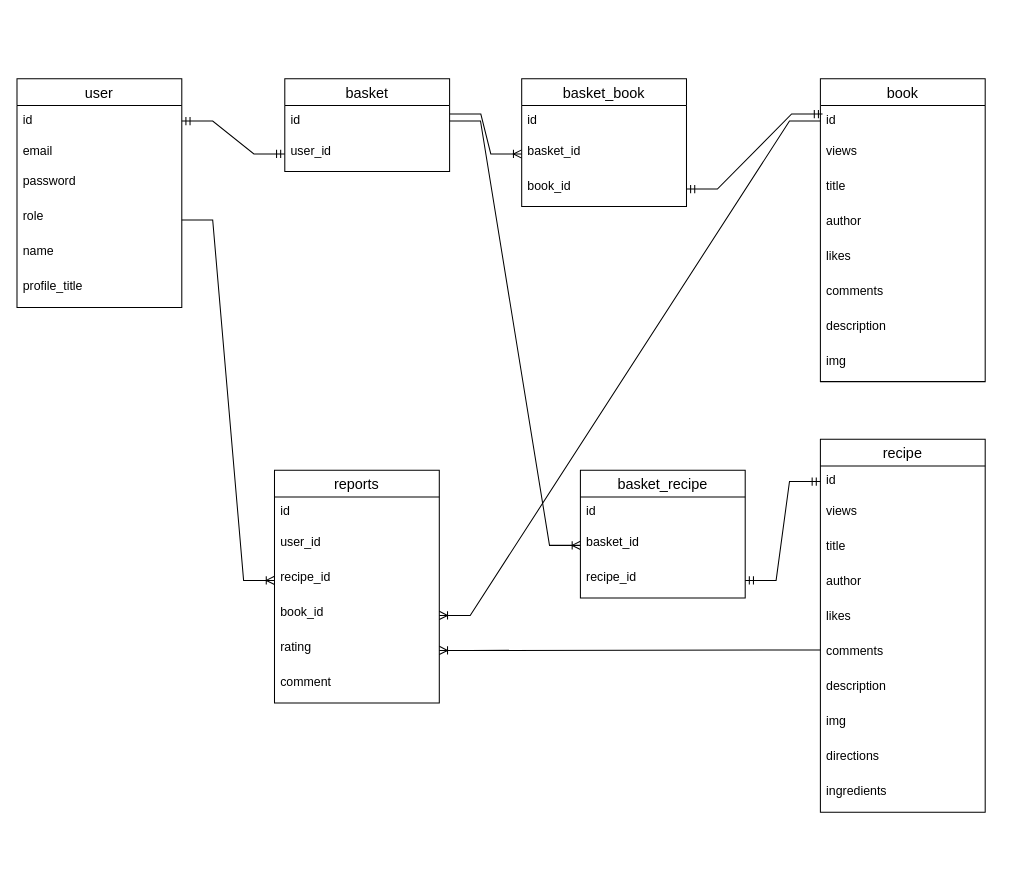
Above: server/Untitled Diagram.drawio in TimaLebed/cooking (draw.io), before the change. Source tidied: cells renumbered, new cells numbered last; positions are measured from the earlier drawing's top-left corner, leaving out a move shared by most shapes. Both pictures are drawn from the tidied source at 103%, with x=0, y=0 at pixel (16, 78).
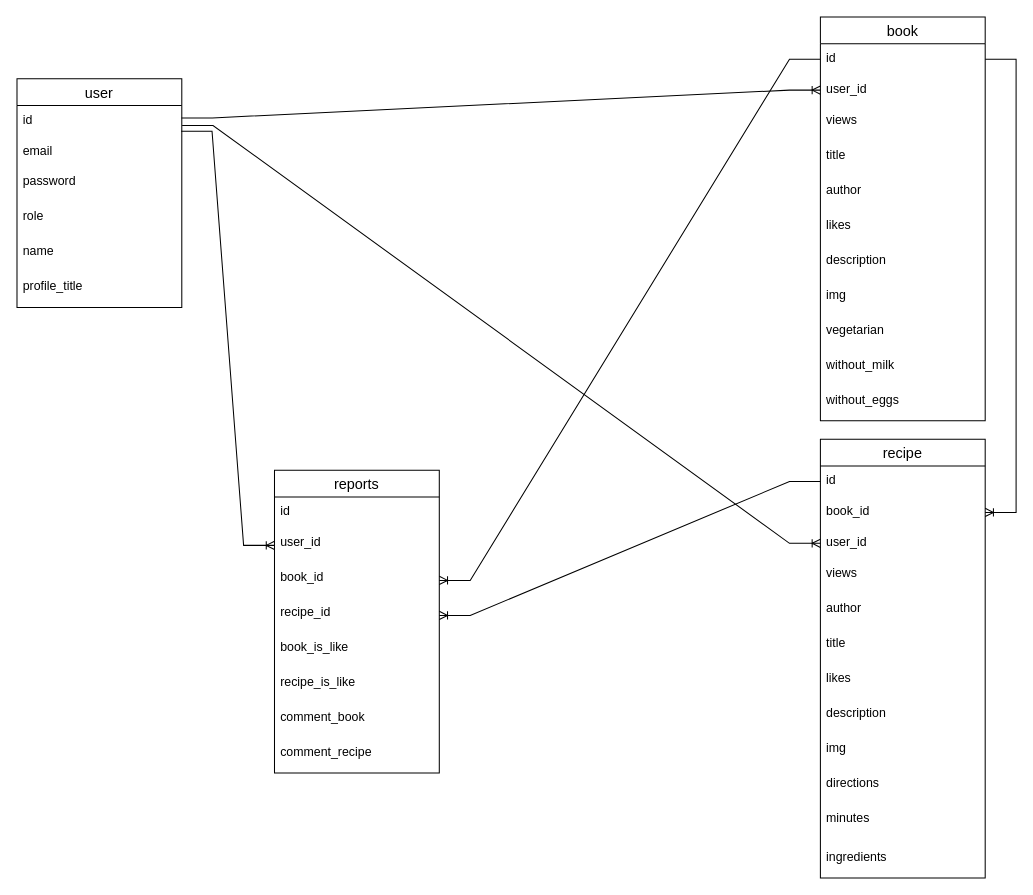
The same diagram, later.

Unchanged cells that the change refers to:
```xml
<mxCell id="3" value="id" style="text;strokeColor=none;fillColor=none;spacingLeft=4;spacingRight=4;overflow=hidden;points=[[0,0.5],[1,0.5]];portConstraint=eastwest;fontSize=12;" parent="2" vertex="1">
  <mxGeometry y="26" width="160" height="30" as="geometry" />
</mxCell>
<mxCell id="6" value="role" style="text;strokeColor=none;fillColor=none;spacingLeft=4;spacingRight=4;overflow=hidden;points=[[0,0.5],[1,0.5]];portConstraint=eastwest;fontSize=12;" parent="2" vertex="1">
  <mxGeometry y="120" width="160" height="34" as="geometry" />
</mxCell>
<mxCell id="14" value="id" style="text;strokeColor=none;fillColor=none;spacingLeft=4;spacingRight=4;overflow=hidden;points=[[0,0.5],[1,0.5]];portConstraint=eastwest;fontSize=12;" parent="13" vertex="1">
  <mxGeometry y="26" width="160" height="30" as="geometry" />
</mxCell>
<mxCell id="23" value="id" style="text;strokeColor=none;fillColor=none;spacingLeft=4;spacingRight=4;overflow=hidden;points=[[0,0.5],[1,0.5]];portConstraint=eastwest;fontSize=12;" parent="22" vertex="1">
  <mxGeometry y="26" width="160" height="30" as="geometry" />
</mxCell>
<mxCell id="47" value="user_id" style="text;strokeColor=none;fillColor=none;spacingLeft=4;spacingRight=4;overflow=hidden;points=[[0,0.5],[1,0.5]];portConstraint=eastwest;fontSize=12;" parent="45" vertex="1">
  <mxGeometry y="56" width="160" height="34" as="geometry" />
</mxCell>
```

Diff of the diagram source:
```diff
@@
-    <mxCell id="9" value="basket" style="swimlane;fontStyle=0;horizontal=1;startSize=26;align=center;fontSize=14;" parent="1" vertex="1">
-      <mxGeometry x="260" width="160" height="90" as="geometry" />
-    </mxCell>
-    <mxCell id="10" value="id" style="text;strokeColor=none;fillColor=none;spacingLeft=4;spacingRight=4;overflow=hidden;points=[[0,0.5],[1,0.5]];portConstraint=eastwest;fontSize=12;" parent="9" vertex="1">
-      <mxGeometry y="26" width="160" height="30" as="geometry" />
-    </mxCell>
-    <mxCell id="11" value="user_id" style="text;strokeColor=none;fillColor=none;spacingLeft=4;spacingRight=4;overflow=hidden;points=[[0,0.5],[1,0.5]];portConstraint=eastwest;fontSize=12;" parent="9" vertex="1">
-      <mxGeometry y="56" width="160" height="34" as="geometry" />
-    </mxCell>
-    <mxCell id="12" style="edgeStyle=entityRelationEdgeStyle;fontSize=12;html=1;endArrow=ERmandOne;startArrow=ERmandOne;rounded=0;exitX=1;exitY=0.5;exitDx=0;exitDy=0;entryX=0;entryY=0.5;entryDx=0;entryDy=0;" parent="1" edge="1" source="3" target="11">
-      <mxGeometry relative="1" as="geometry" />
-    </mxCell>
     <mxCell id="13" value="book" style="swimlane;fontStyle=0;horizontal=1;startSize=26;align=center;fontSize=14;" parent="1" vertex="1">
-      <mxGeometry x="780" width="160" height="294" as="geometry" />
+      <mxGeometry x="780" y="-60" width="160" height="392" as="geometry" />
     </mxCell>
@@
+    <mxCell id="55" value="user_id" style="text;strokeColor=none;fillColor=none;spacingLeft=4;spacingRight=4;overflow=hidden;points=[[0,0.5],[1,0.5]];portConstraint=eastwest;fontSize=12;" parent="13" vertex="1">
+      <mxGeometry y="56" width="160" height="30" as="geometry" />
+    </mxCell>
     <mxCell id="15" value="views" style="text;strokeColor=none;fillColor=none;spacingLeft=4;spacingRight=4;overflow=hidden;fontSize=12;" parent="13" vertex="1">
-      <mxGeometry y="56" width="160" height="34" as="geometry" />
+      <mxGeometry y="86" width="160" height="34" as="geometry" />
     </mxCell>
     <mxCell id="16" value="title" style="text;strokeColor=none;fillColor=none;spacingLeft=4;spacingRight=4;overflow=hidden;fontSize=12;" parent="13" vertex="1">
-      <mxGeometry y="90" width="160" height="34" as="geometry" />
+      <mxGeometry y="120" width="160" height="34" as="geometry" />
     </mxCell>
     <mxCell id="17" value="author" style="text;strokeColor=none;fillColor=none;spacingLeft=4;spacingRight=4;overflow=hidden;fontSize=12;" parent="13" vertex="1">
-      <mxGeometry y="124" width="160" height="34" as="geometry" />
+      <mxGeometry y="154" width="160" height="34" as="geometry" />
     </mxCell>
     <mxCell id="18" value="likes" style="text;strokeColor=none;fillColor=none;spacingLeft=4;spacingRight=4;overflow=hidden;fontSize=12;" parent="13" vertex="1">
-      <mxGeometry y="158" width="160" height="34" as="geometry" />
+      <mxGeometry y="188" width="160" height="34" as="geometry" />
     </mxCell>
-    <mxCell id="19" value="comments" style="text;strokeColor=none;fillColor=none;spacingLeft=4;spacingRight=4;overflow=hidden;fontSize=12;" parent="13" vertex="1">
-      <mxGeometry y="192" width="160" height="34" as="geometry" />
-    </mxCell>
     <mxCell id="20" value="description" style="text;strokeColor=none;fillColor=none;spacingLeft=4;spacingRight=4;overflow=hidden;fontSize=12;" parent="13" vertex="1">
-      <mxGeometry y="226" width="160" height="34" as="geometry" />
+      <mxGeometry y="222" width="160" height="34" as="geometry" />
     </mxCell>
     <mxCell id="21" value="img" style="text;strokeColor=none;fillColor=none;spacingLeft=4;spacingRight=4;overflow=hidden;fontSize=12;" parent="13" vertex="1">
-      <mxGeometry y="260" width="160" height="34" as="geometry" />
+      <mxGeometry y="256" width="160" height="34" as="geometry" />
     </mxCell>
+    <mxCell id="56" value="vegetarian" style="text;strokeColor=none;fillColor=none;spacingLeft=4;spacingRight=4;overflow=hidden;fontSize=12;" parent="13" vertex="1">
+      <mxGeometry y="290" width="160" height="34" as="geometry" />
+    </mxCell>
+    <mxCell id="57" value="without_milk" style="text;strokeColor=none;fillColor=none;spacingLeft=4;spacingRight=4;overflow=hidden;fontSize=12;" parent="13" vertex="1">
+      <mxGeometry y="324" width="160" height="34" as="geometry" />
+    </mxCell>
+    <mxCell id="58" value="without_eggs" style="text;strokeColor=none;fillColor=none;spacingLeft=4;spacingRight=4;overflow=hidden;fontSize=12;" parent="13" vertex="1">
+      <mxGeometry y="358" width="160" height="34" as="geometry" />
+    </mxCell>
     <mxCell id="22" value="recipe" style="swimlane;fontStyle=0;horizontal=1;startSize=26;align=center;fontSize=14;" parent="1" vertex="1">
-      <mxGeometry x="780" y="350" width="160" height="362" as="geometry" />
+      <mxGeometry x="780" y="350" width="160" height="426" as="geometry" />
     </mxCell>
@@
+    <mxCell id="36" value="book_id" style="text;strokeColor=none;fillColor=none;spacingLeft=4;spacingRight=4;overflow=hidden;points=[[0,0.5],[1,0.5]];portConstraint=eastwest;fontSize=12;" parent="22" vertex="1">
+      <mxGeometry y="56" width="160" height="30" as="geometry" />
+    </mxCell>
+    <mxCell id="59" value="user_id" style="text;strokeColor=none;fillColor=none;spacingLeft=4;spacingRight=4;overflow=hidden;points=[[0,0.5],[1,0.5]];portConstraint=eastwest;fontSize=12;" parent="22" vertex="1">
+      <mxGeometry y="86" width="160" height="30" as="geometry" />
+    </mxCell>
     <mxCell id="24" value="views" style="text;strokeColor=none;fillColor=none;spacingLeft=4;spacingRight=4;overflow=hidden;fontSize=12;" parent="22" vertex="1">
-      <mxGeometry y="56" width="160" height="34" as="geometry" />
+      <mxGeometry y="116" width="160" height="34" as="geometry" />
     </mxCell>
+    <mxCell id="26" value="author" style="text;strokeColor=none;fillColor=none;spacingLeft=4;spacingRight=4;overflow=hidden;fontSize=12;" parent="22" vertex="1">
+      <mxGeometry y="150" width="160" height="34" as="geometry" />
+    </mxCell>
     <mxCell id="25" value="title" style="text;strokeColor=none;fillColor=none;spacingLeft=4;spacingRight=4;overflow=hidden;fontSize=12;" parent="22" vertex="1">
-      <mxGeometry y="90" width="160" height="34" as="geometry" />
+      <mxGeometry y="184" width="160" height="34" as="geometry" />
     </mxCell>
-    <mxCell id="26" value="author" style="text;strokeColor=none;fillColor=none;spacingLeft=4;spacingRight=4;overflow=hidden;fontSize=12;" parent="22" vertex="1">
-      <mxGeometry y="124" width="160" height="34" as="geometry" />
-    </mxCell>
     <mxCell id="27" value="likes" style="text;strokeColor=none;fillColor=none;spacingLeft=4;spacingRight=4;overflow=hidden;fontSize=12;" parent="22" vertex="1">
-      <mxGeometry y="158" width="160" height="34" as="geometry" />
+      <mxGeometry y="218" width="160" height="34" as="geometry" />
     </mxCell>
-    <mxCell id="28" value="comments" style="text;strokeColor=none;fillColor=none;spacingLeft=4;spacingRight=4;overflow=hidden;points=[[0,0.5],[1,0.5]];portConstraint=eastwest;fontSize=12;" parent="22" vertex="1">
-      <mxGeometry y="192" width="160" height="34" as="geometry" />
-    </mxCell>
     <mxCell id="29" value="description" style="text;strokeColor=none;fillColor=none;spacingLeft=4;spacingRight=4;overflow=hidden;fontSize=12;" parent="22" vertex="1">
-      <mxGeometry y="226" width="160" height="34" as="geometry" />
+      <mxGeometry y="252" width="160" height="34" as="geometry" />
     </mxCell>
     <mxCell id="30" value="img" style="text;strokeColor=none;fillColor=none;spacingLeft=4;spacingRight=4;overflow=hidden;fontSize=12;" parent="22" vertex="1">
-      <mxGeometry y="260" width="160" height="34" as="geometry" />
+      <mxGeometry y="286" width="160" height="34" as="geometry" />
     </mxCell>
     <mxCell id="31" value="directions" style="text;strokeColor=none;fillColor=none;spacingLeft=4;spacingRight=4;overflow=hidden;fontSize=12;" parent="22" vertex="1">
-      <mxGeometry y="294" width="160" height="34" as="geometry" />
+      <mxGeometry y="320" width="160" height="34" as="geometry" />
     </mxCell>
+    <mxCell id="60" value="minutes" style="text;strokeColor=none;fillColor=none;spacingLeft=4;spacingRight=4;overflow=hidden;fontSize=12;" parent="22" vertex="1">
+      <mxGeometry y="354" width="160" height="38" as="geometry" />
+    </mxCell>
     <mxCell id="32" value="ingredients" style="text;strokeColor=none;fillColor=none;spacingLeft=4;spacingRight=4;overflow=hidden;fontSize=12;" parent="22" vertex="1">
-      <mxGeometry y="328" width="160" height="34" as="geometry" />
+      <mxGeometry y="392" width="160" height="34" as="geometry" />
     </mxCell>
-    <mxCell id="33" value="basket_book" style="swimlane;fontStyle=0;horizontal=1;startSize=26;align=center;fontSize=14;" parent="1" vertex="1">
-      <mxGeometry x="490" width="160" height="124" as="geometry" />
-    </mxCell>
-    <mxCell id="34" value="id" style="text;strokeColor=none;fillColor=none;spacingLeft=4;spacingRight=4;overflow=hidden;fontSize=12;" parent="33" vertex="1">
-      <mxGeometry y="26" width="160" height="30" as="geometry" />
-    </mxCell>
-    <mxCell id="35" value="basket_id" style="text;strokeColor=none;fillColor=none;spacingLeft=4;spacingRight=4;overflow=hidden;points=[[0,0.5],[1,0.5]];portConstraint=eastwest;fontSize=12;" parent="33" vertex="1">
-      <mxGeometry y="56" width="160" height="34" as="geometry" />
-    </mxCell>
-    <mxCell id="36" value="book_id" style="text;strokeColor=none;fillColor=none;spacingLeft=4;spacingRight=4;overflow=hidden;points=[[0,0.5],[1,0.5]];portConstraint=eastwest;fontSize=12;" parent="33" vertex="1">
-      <mxGeometry y="90" width="160" height="34" as="geometry" />
-    </mxCell>
-    <mxCell id="37" value="basket_recipe" style="swimlane;fontStyle=0;horizontal=1;startSize=26;align=center;fontSize=14;" parent="1" vertex="1">
-      <mxGeometry x="547" y="380" width="160" height="124" as="geometry" />
-    </mxCell>
-    <mxCell id="38" value="id" style="text;strokeColor=none;fillColor=none;spacingLeft=4;spacingRight=4;overflow=hidden;fontSize=12;" parent="37" vertex="1">
-      <mxGeometry y="26" width="160" height="30" as="geometry" />
-    </mxCell>
-    <mxCell id="39" value="basket_id" style="text;strokeColor=none;fillColor=none;spacingLeft=4;spacingRight=4;overflow=hidden;points=[[0,0.5],[1,0.5]];portConstraint=eastwest;fontSize=12;" parent="37" vertex="1">
-      <mxGeometry y="56" width="160" height="34" as="geometry" />
-    </mxCell>
-    <mxCell id="40" value="recipe_id" style="text;strokeColor=none;fillColor=none;spacingLeft=4;spacingRight=4;overflow=hidden;points=[[0,0.5],[1,0.5]];portConstraint=eastwest;fontSize=12;" parent="37" vertex="1">
-      <mxGeometry y="90" width="160" height="34" as="geometry" />
-    </mxCell>
-    <mxCell id="41" style="edgeStyle=entityRelationEdgeStyle;fontSize=12;html=1;endArrow=ERoneToMany;rounded=0;exitX=1.002;exitY=0.273;exitDx=0;exitDy=0;entryX=0;entryY=0.5;entryDx=0;entryDy=0;exitPerimeter=0;" parent="1" edge="1" source="10" target="35">
-      <mxGeometry relative="1" as="geometry" />
-    </mxCell>
-    <mxCell id="42" style="edgeStyle=entityRelationEdgeStyle;fontSize=12;html=1;endArrow=ERoneToMany;rounded=0;exitX=1;exitY=0.5;exitDx=0;exitDy=0;entryX=0;entryY=0.5;entryDx=0;entryDy=0;" parent="1" edge="1" source="10" target="39">
-      <mxGeometry relative="1" as="geometry" />
-    </mxCell>
-    <mxCell id="43" style="edgeStyle=entityRelationEdgeStyle;fontSize=12;html=1;endArrow=ERmandOne;startArrow=ERmandOne;rounded=0;exitX=1;exitY=0.5;exitDx=0;exitDy=0;entryX=0.013;entryY=0.273;entryDx=0;entryDy=0;entryPerimeter=0;" parent="1" edge="1" source="36" target="14">
-      <mxGeometry relative="1" as="geometry" />
-    </mxCell>
-    <mxCell id="44" style="edgeStyle=entityRelationEdgeStyle;fontSize=12;html=1;endArrow=ERmandOne;startArrow=ERmandOne;rounded=0;exitX=1;exitY=0.5;exitDx=0;exitDy=0;entryX=0;entryY=0.5;entryDx=0;entryDy=0;" parent="1" edge="1" source="40" target="23">
-      <mxGeometry relative="1" as="geometry" />
-    </mxCell>
     <mxCell id="45" value="reports" style="swimlane;fontStyle=0;horizontal=1;startSize=26;align=center;fontSize=14;" parent="1" vertex="1">
-      <mxGeometry x="250" y="380" width="160" height="226" as="geometry" />
+      <mxGeometry x="250" y="380" width="160" height="294" as="geometry" />
     </mxCell>
@@
+    <mxCell id="49" value="book_id" style="text;strokeColor=none;fillColor=none;spacingLeft=4;spacingRight=4;overflow=hidden;points=[[0,0.5],[1,0.5]];portConstraint=eastwest;fontSize=12;" parent="45" vertex="1">
+      <mxGeometry y="90" width="160" height="34" as="geometry" />
+    </mxCell>
     <mxCell id="48" value="recipe_id" style="text;strokeColor=none;fillColor=none;spacingLeft=4;spacingRight=4;overflow=hidden;points=[[0,0.5],[1,0.5]];portConstraint=eastwest;fontSize=12;" parent="45" vertex="1">
-      <mxGeometry y="90" width="160" height="34" as="geometry" />
+      <mxGeometry y="124" width="160" height="34" as="geometry" />
     </mxCell>
-    <mxCell id="49" value="book_id" style="text;strokeColor=none;fillColor=none;spacingLeft=4;spacingRight=4;overflow=hidden;points=[[0,0.5],[1,0.5]];portConstraint=eastwest;fontSize=12;" parent="45" vertex="1">
-      <mxGeometry y="124" width="160" height="34" as="geometry" />
-    </mxCell>
-    <mxCell id="50" value="rating" style="text;strokeColor=none;fillColor=none;spacingLeft=4;spacingRight=4;overflow=hidden;points=[[0,0.5],[1,0.5]];portConstraint=eastwest;fontSize=12;" parent="45" vertex="1">
+    <mxCell id="50" value="book_is_like&#10;" style="text;strokeColor=none;fillColor=none;spacingLeft=4;spacingRight=4;overflow=hidden;points=[[0,0.5],[1,0.5]];portConstraint=eastwest;fontSize=12;" parent="45" vertex="1">
       <mxGeometry y="158" width="160" height="34" as="geometry" />
     </mxCell>
+    <mxCell id="61" value="recipe_is_like&#10;" style="text;strokeColor=none;fillColor=none;spacingLeft=4;spacingRight=4;overflow=hidden;fontSize=12;" parent="45" vertex="1">
+      <mxGeometry y="192" width="160" height="34" as="geometry" />
+    </mxCell>
-    <mxCell id="51" value="comment" style="text;strokeColor=none;fillColor=none;spacingLeft=4;spacingRight=4;overflow=hidden;fontSize=12;" parent="45" vertex="1">
-      <mxGeometry y="192" width="160" height="34" as="geometry" />
+    <mxCell id="51" value="comment_book" style="text;strokeColor=none;fillColor=none;spacingLeft=4;spacingRight=4;overflow=hidden;fontSize=12;" parent="45" vertex="1">
+      <mxGeometry y="226" width="160" height="34" as="geometry" />
     </mxCell>
+    <mxCell id="62" value="comment_recipe" style="text;strokeColor=none;fillColor=none;spacingLeft=4;spacingRight=4;overflow=hidden;fontSize=12;" parent="45" vertex="1">
+      <mxGeometry y="260" width="160" height="34" as="geometry" />
+    </mxCell>
-    <mxCell id="52" style="edgeStyle=entityRelationEdgeStyle;fontSize=12;html=1;endArrow=ERoneToMany;rounded=0;exitX=1;exitY=0.5;exitDx=0;exitDy=0;entryX=0;entryY=0.5;entryDx=0;entryDy=0;" parent="1" edge="1" source="6" target="48">
+    <mxCell id="52" style="edgeStyle=entityRelationEdgeStyle;fontSize=12;html=1;endArrow=ERoneToMany;rounded=0;exitX=0.996;exitY=0.829;exitDx=0;exitDy=0;entryX=0;entryY=0.5;entryDx=0;entryDy=0;exitPerimeter=0;" parent="1" edge="1" source="3" target="47">
       <mxGeometry relative="1" as="geometry" />
     </mxCell>
@@
-    <mxCell id="54" style="edgeStyle=entityRelationEdgeStyle;fontSize=12;html=1;endArrow=ERoneToMany;rounded=0;entryX=1;entryY=0.5;entryDx=0;entryDy=0;exitX=0.001;exitY=0.369;exitDx=0;exitDy=0;exitPerimeter=0;" parent="1" edge="1" source="28" target="50">
+    <mxCell id="54" style="edgeStyle=entityRelationEdgeStyle;fontSize=12;html=1;endArrow=ERoneToMany;rounded=0;entryX=1;entryY=0.5;entryDx=0;entryDy=0;exitX=0;exitY=0.5;exitDx=0;exitDy=0;" parent="1" edge="1" source="23" target="48">
       <mxGeometry relative="1" as="geometry" />
     </mxCell>
+    <mxCell id="63" style="edgeStyle=entityRelationEdgeStyle;fontSize=12;html=1;endArrow=ERoneToMany;rounded=0;exitX=1;exitY=0.5;exitDx=0;exitDy=0;entryX=1;entryY=0.5;entryDx=0;entryDy=0;" parent="1" edge="1" source="14" target="36">
+      <mxGeometry relative="1" as="geometry" />
+    </mxCell>
+    <mxCell id="64" style="edgeStyle=entityRelationEdgeStyle;fontSize=12;html=1;endArrow=ERoneToMany;rounded=0;exitX=1.002;exitY=0.644;exitDx=0;exitDy=0;exitPerimeter=0;" parent="1" edge="1" source="3" target="59">
+      <mxGeometry relative="1" as="geometry" />
+    </mxCell>
+    <mxCell id="65" style="edgeStyle=entityRelationEdgeStyle;fontSize=12;html=1;endArrow=ERoneToMany;rounded=0;exitX=0.998;exitY=0.399;exitDx=0;exitDy=0;exitPerimeter=0;entryX=0;entryY=0.5;entryDx=0;entryDy=0;" parent="1" edge="1" source="3" target="55">
+      <mxGeometry relative="1" as="geometry" />
+    </mxCell>
```
